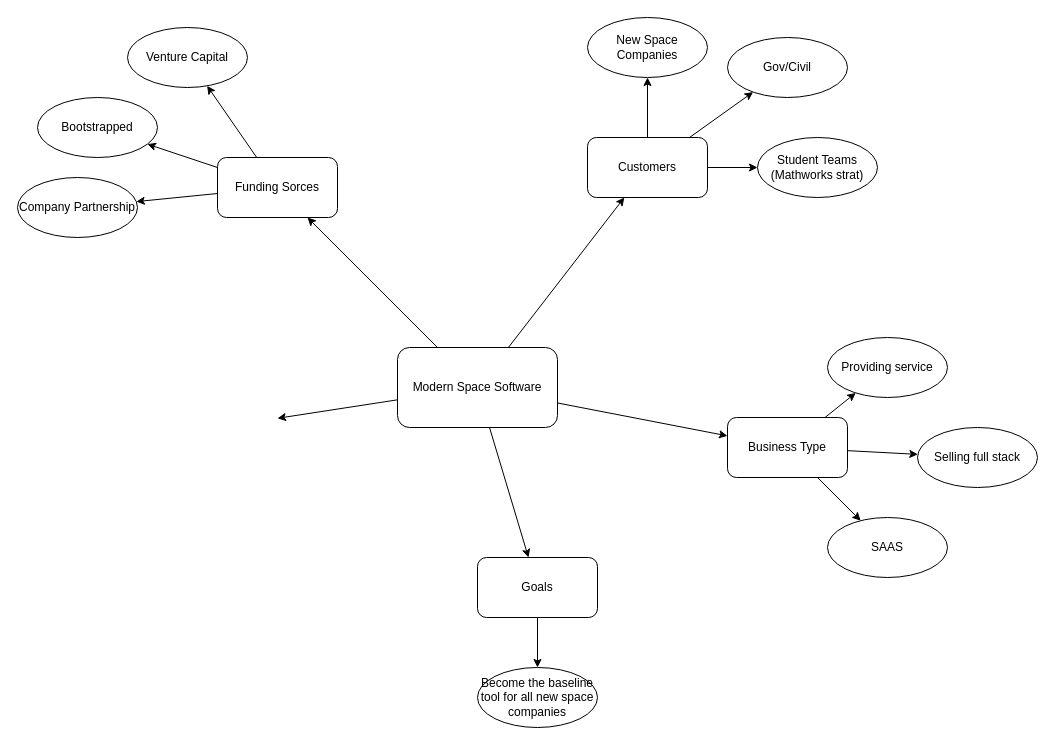
jhathaway5/jhathaway5 keeps this draw.io diagram as page "BuisnessSide" (2 of 2) of ModernSpaceSoftware.drawio. Above is the earlier version. Source tidied: cells renumbered, new cells numbered last; positions are measured from the earlier drawing's top-left corner, leaving out a move shared by most shapes. Both pictures are drawn from the tidied source at 100%, with x=0, y=0 at pixel (17, 17).
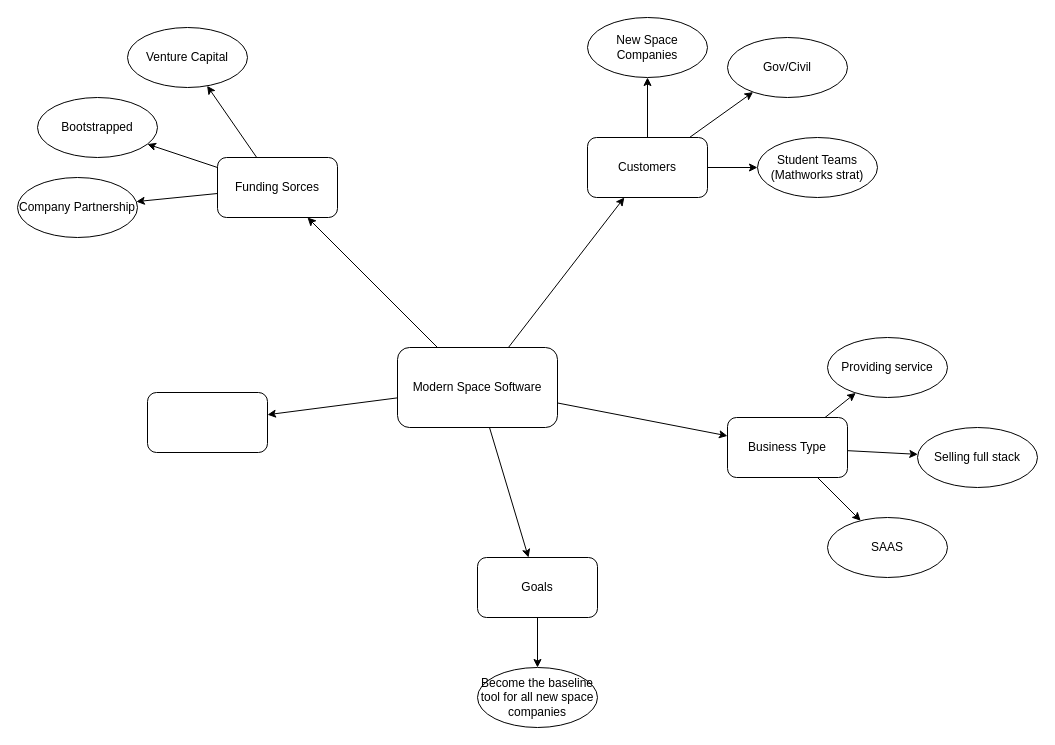
After the change.

The change refers to these unchanged cells:
```xml
<mxCell id="7" value="Modern Space Software" style="rounded=1;whiteSpace=wrap;html=1;fontFamily=Helvetica;fontSize=12;fontColor=default;strokeColor=default;fillColor=default;" parent="1" vertex="1">
  <mxGeometry x="380" y="330" width="160" height="80" as="geometry" />
</mxCell>
```

What changed in the source:
```diff
@@
-    <mxCell id="6" style="rounded=0;jettySize=auto;html=1;" parent="1" edge="1" source="7">
-      <mxGeometry relative="1" as="geometry">
-        <mxPoint x="260" y="400.8" as="targetPoint" />
-      </mxGeometry>
+    <mxCell id="6" style="rounded=0;jettySize=auto;html=1;" parent="1" edge="1" source="7" target="32">
+      <mxGeometry relative="1" as="geometry" />
     </mxCell>
@@
+    <mxCell id="32" style="rounded=1;whiteSpace=wrap;html=1;fontFamily=Helvetica;fontSize=12;fontColor=default;" parent="1" vertex="1">
+      <mxGeometry x="130" y="375" width="120" height="60" as="geometry" />
+    </mxCell>
```
